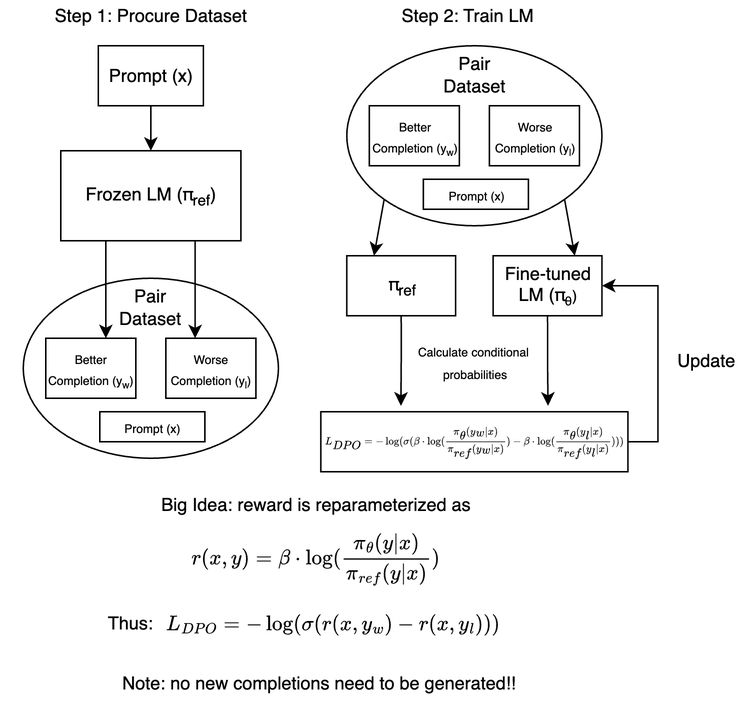
This is media/dpo_light.png from 25benjaminli/ml-explanations, a draw.io export, as it was before one commit. Source tidied: cells renumbered, new cells last; positions are measured from the earlier drawing's top-left corner, leaving out a move shared by most shapes. Source of this version:
```xml
<mxGraphModel math="1">
  <root>
    <mxCell id="0" />
    <mxCell id="1" parent="0" />
    <mxCell id="2" style="ellipse;whiteSpace=wrap;html=1;" parent="1" vertex="1">
      <mxGeometry x="15" y="185" width="170" height="120" as="geometry" />
    </mxCell>
    <mxCell id="3" style="edgeStyle=orthogonalEdgeStyle;rounded=0;jettySize=auto;html=1;exitX=1;exitY=0.5;exitDx=0;exitDy=0;entryX=1;entryY=0.5;entryDx=0;entryDy=0;" parent="1" edge="1" source="4" target="19">
      <mxGeometry relative="1" as="geometry" />
    </mxCell>
    <mxCell id="4" value="&lt;font style=&quot;font-size: 6px;&quot;&gt;$$L_{DPO}=-\log(\sigma(\beta \cdot \log(\frac{\pi_{\theta}(y_w | x)}{\pi_{ref}(y_w | x)}) - \beta \cdot \log(\frac{\pi_{\theta}(y_l | x)}{\pi_{ref}(y_l | x)})))$$&lt;/font&gt;" style="text;html=1;align=center;verticalAlign=middle;whiteSpace=wrap;rounded=0;labelBackgroundColor=default;strokeColor=default;" parent="1" vertex="1">
      <mxGeometry x="213.2" y="274" width="204.6" height="40" as="geometry" />
    </mxCell>
    <mxCell id="5" style="edgeStyle=orthogonalEdgeStyle;rounded=0;jettySize=auto;html=1;exitX=0.25;exitY=1;exitDx=0;exitDy=0;entryX=0.667;entryY=0;entryDx=0;entryDy=0;entryPerimeter=0;" parent="1" edge="1" source="7" target="10">
      <mxGeometry relative="1" as="geometry" />
    </mxCell>
    <mxCell id="6" style="edgeStyle=orthogonalEdgeStyle;rounded=0;jettySize=auto;html=1;exitX=0.75;exitY=1;exitDx=0;exitDy=0;entryX=0.325;entryY=0;entryDx=0;entryDy=0;entryPerimeter=0;" parent="1" edge="1" source="7" target="11">
      <mxGeometry relative="1" as="geometry">
        <Array as="points">
          <mxPoint x="130" y="225" />
        </Array>
      </mxGeometry>
    </mxCell>
    <mxCell id="7" value="Frozen LM (π&lt;sub&gt;ref&lt;/sub&gt;)" style="rounded=0;whiteSpace=wrap;html=1;" parent="1" vertex="1">
      <mxGeometry x="40" y="100" width="120" height="60" as="geometry" />
    </mxCell>
    <mxCell id="8" style="edgeStyle=orthogonalEdgeStyle;rounded=0;jettySize=auto;html=1;exitX=0.5;exitY=1;exitDx=0;exitDy=0;" parent="1" edge="1" source="9" target="7">
      <mxGeometry relative="1" as="geometry" />
    </mxCell>
    <mxCell id="9" value="Prompt (x)" style="rounded=0;whiteSpace=wrap;html=1;" parent="1" vertex="1">
      <mxGeometry x="65" y="30" width="70" height="40" as="geometry" />
    </mxCell>
    <mxCell id="10" value="&lt;font style=&quot;font-size: 8px;&quot;&gt;Better Completion (y&lt;sub&gt;w&lt;/sub&gt;)&lt;/font&gt;" style="rounded=0;whiteSpace=wrap;html=1;" parent="1" vertex="1">
      <mxGeometry x="30" y="225" width="60" height="40" as="geometry" />
    </mxCell>
    <mxCell id="11" value="&lt;font style=&quot;font-size: 8px;&quot;&gt;Worse Completion (y&lt;sub&gt;l&lt;/sub&gt;)&lt;/font&gt;" style="rounded=0;whiteSpace=wrap;html=1;" parent="1" vertex="1">
      <mxGeometry x="110" y="225" width="60" height="40" as="geometry" />
    </mxCell>
    <mxCell id="12" value="Step 1: Procure Dataset" style="text;html=1;align=center;verticalAlign=middle;whiteSpace=wrap;rounded=0;" parent="1" vertex="1">
      <mxGeometry width="200" height="20" as="geometry" />
    </mxCell>
    <mxCell id="13" value="Pair Dataset" style="text;html=1;align=center;verticalAlign=middle;whiteSpace=wrap;rounded=0;" parent="1" vertex="1">
      <mxGeometry x="67" y="189" width="65" height="30" as="geometry" />
    </mxCell>
    <mxCell id="14" value="&lt;font style=&quot;font-size: 8px;&quot;&gt;Prompt (x)&lt;/font&gt;" style="rounded=0;whiteSpace=wrap;html=1;verticalAlign=middle;" parent="1" vertex="1">
      <mxGeometry x="66" y="274" width="70" height="20" as="geometry" />
    </mxCell>
    <mxCell id="15" value="Step 2: Train LM" style="text;html=1;align=center;verticalAlign=middle;whiteSpace=wrap;rounded=0;" parent="1" vertex="1">
      <mxGeometry x="211.2" width="200" height="20" as="geometry" />
    </mxCell>
    <mxCell id="16" style="edgeStyle=orthogonalEdgeStyle;rounded=0;jettySize=auto;html=1;exitX=0.5;exitY=1;exitDx=0;exitDy=0;" parent="1" edge="1" source="17">
      <mxGeometry relative="1" as="geometry">
        <mxPoint x="266.6" y="270" as="targetPoint" />
      </mxGeometry>
    </mxCell>
    <mxCell id="17" value="π&lt;sub&gt;ref&lt;/sub&gt;" style="rounded=0;whiteSpace=wrap;html=1;" parent="1" vertex="1">
      <mxGeometry x="230.5" y="170" width="72.5" height="40" as="geometry" />
    </mxCell>
    <mxCell id="18" style="edgeStyle=orthogonalEdgeStyle;rounded=0;jettySize=auto;html=1;exitX=0.5;exitY=1;exitDx=0;exitDy=0;" parent="1" edge="1" source="19">
      <mxGeometry relative="1" as="geometry">
        <mxPoint x="364.6" y="270" as="targetPoint" />
      </mxGeometry>
    </mxCell>
    <mxCell id="19" value="Fine-tuned LM (π&lt;span style=&quot;font-size: 10px;&quot;&gt;&lt;sub&gt;θ&lt;/sub&gt;)&lt;/span&gt;" style="rounded=0;whiteSpace=wrap;html=1;" parent="1" vertex="1">
      <mxGeometry x="328" y="170" width="72.5" height="40" as="geometry" />
    </mxCell>
    <mxCell id="20" style="group;" parent="1" vertex="1">
      <mxGeometry x="230.5" y="30" width="170" height="120" as="geometry" />
    </mxCell>
    <mxCell id="21" style="ellipse;whiteSpace=wrap;html=1;" parent="20" vertex="1">
      <mxGeometry width="170" height="120" as="geometry" />
    </mxCell>
    <mxCell id="22" value="&lt;font style=&quot;font-size: 8px;&quot;&gt;Better Completion (y&lt;sub&gt;w&lt;/sub&gt;)&lt;/font&gt;" style="rounded=0;whiteSpace=wrap;html=1;" parent="20" vertex="1">
      <mxGeometry x="15" y="40" width="60" height="40" as="geometry" />
    </mxCell>
    <mxCell id="23" value="&lt;font style=&quot;font-size: 8px;&quot;&gt;Worse Completion (y&lt;sub&gt;l&lt;/sub&gt;)&lt;/font&gt;" style="rounded=0;whiteSpace=wrap;html=1;" parent="20" vertex="1">
      <mxGeometry x="95" y="40" width="60" height="40" as="geometry" />
    </mxCell>
    <mxCell id="24" value="Pair Dataset" style="text;html=1;align=center;verticalAlign=middle;whiteSpace=wrap;rounded=0;" parent="20" vertex="1">
      <mxGeometry x="52" y="4" width="65" height="30" as="geometry" />
    </mxCell>
    <mxCell id="25" value="&lt;font style=&quot;font-size: 8px;&quot;&gt;Prompt (x)&lt;/font&gt;" style="rounded=0;whiteSpace=wrap;html=1;verticalAlign=middle;" parent="20" vertex="1">
      <mxGeometry x="51" y="89" width="70" height="20" as="geometry" />
    </mxCell>
    <mxCell id="26" style="endArrow=classic;html=1;rounded=0;exitX=0;exitY=1;exitDx=0;exitDy=0;entryX=0.25;entryY=0;entryDx=0;entryDy=0;" parent="1" edge="1" source="21" target="17">
      <mxGeometry relative="1" as="geometry" />
    </mxCell>
    <mxCell id="27" style="endArrow=classic;html=1;rounded=0;exitX=1;exitY=1;exitDx=0;exitDy=0;entryX=0.75;entryY=0;entryDx=0;entryDy=0;" parent="1" edge="1" source="21" target="19">
      <mxGeometry relative="1" as="geometry" />
    </mxCell>
    <mxCell id="28" value="&lt;font style=&quot;font-size: 8px;&quot;&gt;Calculate conditional&amp;nbsp;&lt;/font&gt;&lt;div&gt;&lt;font style=&quot;font-size: 8px;&quot;&gt;probabilities&lt;/font&gt;&lt;/div&gt;" style="text;html=1;align=center;verticalAlign=middle;whiteSpace=wrap;rounded=0;" parent="1" vertex="1">
      <mxGeometry x="273.5" y="225" width="84" height="30" as="geometry" />
    </mxCell>
    <mxCell id="29" value="Update" style="text;html=1;align=center;verticalAlign=middle;whiteSpace=wrap;rounded=0;" parent="1" vertex="1">
      <mxGeometry x="440" y="225" width="60" height="30" as="geometry" />
    </mxCell>
    <mxCell id="30" value="Note: no new completions need to be generated!!" style="text;html=1;align=center;verticalAlign=middle;whiteSpace=wrap;rounded=0;" parent="1" vertex="1">
      <mxGeometry x="31.6" y="440" width="360" height="30" as="geometry" />
    </mxCell>
    <mxCell id="31" value="Big Idea: reward is reparameterized as $$r(x,y) = \beta \cdot \log(\frac{\pi_{\theta}(y | x)}{\pi_{ref}(y | x)})$$" style="text;html=1;align=center;verticalAlign=middle;whiteSpace=wrap;rounded=0;" parent="1" vertex="1">
      <mxGeometry x="30" y="350" width="360" height="30" as="geometry" />
    </mxCell>
    <mxCell id="32" value="$$L_{DPO} = -\log(\sigma(r(x,y_w) - r(x,y_l)))$$" style="text;whiteSpace=wrap;" parent="1" vertex="1">
      <mxGeometry x="107.9" y="390" width="290" height="40" as="geometry" />
    </mxCell>
    <mxCell id="33" value="Thus:&amp;nbsp;" style="text;html=1;align=center;verticalAlign=middle;whiteSpace=wrap;rounded=0;" parent="1" vertex="1">
      <mxGeometry x="61.9" y="400" width="51.6" height="30" as="geometry" />
    </mxCell>
  </root>
</mxGraphModel>
```
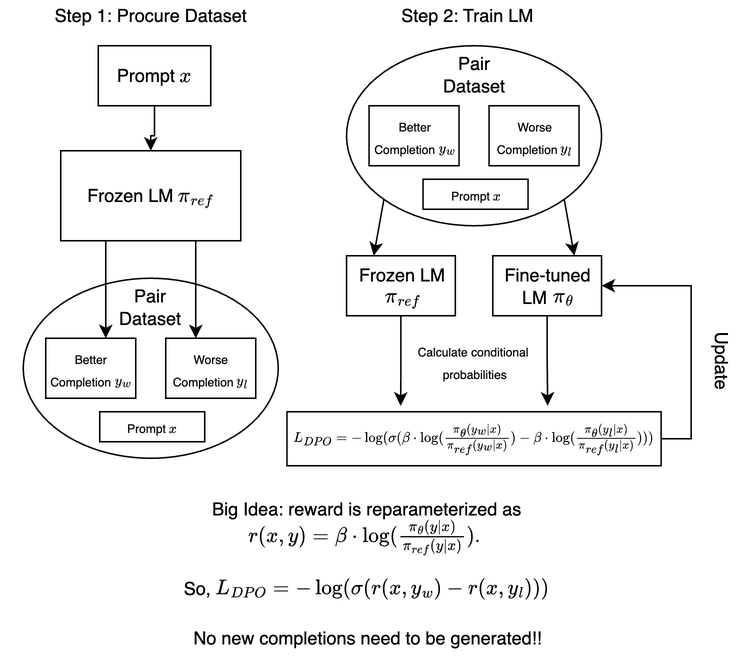
After the change.

The edit, as a diff of the source:
```diff
@@ -8,8 +8,8 @@
     <mxCell id="3" style="edgeStyle=orthogonalEdgeStyle;rounded=0;jettySize=auto;html=1;exitX=1;exitY=0.5;exitDx=0;exitDy=0;entryX=1;entryY=0.5;entryDx=0;entryDy=0;" parent="1" edge="1" source="4" target="19">
       <mxGeometry relative="1" as="geometry" />
     </mxCell>
-    <mxCell id="4" value="&lt;font style=&quot;font-size: 6px;&quot;&gt;$$L_{DPO}=-\log(\sigma(\beta \cdot \log(\frac{\pi_{\theta}(y_w | x)}{\pi_{ref}(y_w | x)}) - \beta \cdot \log(\frac{\pi_{\theta}(y_l | x)}{\pi_{ref}(y_l | x)})))$$&lt;/font&gt;" style="text;html=1;align=center;verticalAlign=middle;whiteSpace=wrap;rounded=0;labelBackgroundColor=default;strokeColor=default;" parent="1" vertex="1">
-      <mxGeometry x="213.2" y="274" width="204.6" height="40" as="geometry" />
+    <mxCell id="4" value="&lt;font style=&quot;font-size: 8px;&quot;&gt;\(L_{DPO}=-\log(\sigma(\beta \cdot \log(\frac{\pi_{\theta}(y_w | x)}{\pi_{ref}(y_w | x)}) - \beta \cdot \log(\frac{\pi_{\theta}(y_l | x)}{\pi_{ref}(y_l | x)})))\)&lt;/font&gt;" style="text;html=1;align=center;verticalAlign=middle;whiteSpace=wrap;rounded=0;labelBackgroundColor=default;strokeColor=default;" parent="1" vertex="1">
+      <mxGeometry x="190.8" y="274" width="249.5" height="36" as="geometry" />
     </mxCell>
     <mxCell id="5" style="edgeStyle=orthogonalEdgeStyle;rounded=0;jettySize=auto;html=1;exitX=0.25;exitY=1;exitDx=0;exitDy=0;entryX=0.667;entryY=0;entryDx=0;entryDy=0;entryPerimeter=0;" parent="1" edge="1" source="7" target="10">
       <mxGeometry relative="1" as="geometry" />
@@ -21,19 +21,19 @@
         </Array>
       </mxGeometry>
     </mxCell>
-    <mxCell id="7" value="Frozen LM (π&lt;sub&gt;ref&lt;/sub&gt;)" style="rounded=0;whiteSpace=wrap;html=1;" parent="1" vertex="1">
+    <mxCell id="7" value="Frozen LM \(\pi_{ref}\)" style="rounded=0;whiteSpace=wrap;html=1;" parent="1" vertex="1">
       <mxGeometry x="40" y="100" width="120" height="60" as="geometry" />
     </mxCell>
     <mxCell id="8" style="edgeStyle=orthogonalEdgeStyle;rounded=0;jettySize=auto;html=1;exitX=0.5;exitY=1;exitDx=0;exitDy=0;" parent="1" edge="1" source="9" target="7">
       <mxGeometry relative="1" as="geometry" />
     </mxCell>
-    <mxCell id="9" value="Prompt (x)" style="rounded=0;whiteSpace=wrap;html=1;" parent="1" vertex="1">
-      <mxGeometry x="65" y="30" width="70" height="40" as="geometry" />
+    <mxCell id="9" value="Prompt \(x\)" style="rounded=0;whiteSpace=wrap;html=1;" parent="1" vertex="1">
+      <mxGeometry x="65" y="30" width="75" height="40" as="geometry" />
     </mxCell>
-    <mxCell id="10" value="&lt;font style=&quot;font-size: 8px;&quot;&gt;Better Completion (y&lt;sub&gt;w&lt;/sub&gt;)&lt;/font&gt;" style="rounded=0;whiteSpace=wrap;html=1;" parent="1" vertex="1">
+    <mxCell id="10" value="&lt;font style=&quot;font-size: 8px;&quot;&gt;Better Completion \(y_w\)&lt;/font&gt;" style="rounded=0;whiteSpace=wrap;html=1;" parent="1" vertex="1">
       <mxGeometry x="30" y="225" width="60" height="40" as="geometry" />
     </mxCell>
-    <mxCell id="11" value="&lt;font style=&quot;font-size: 8px;&quot;&gt;Worse Completion (y&lt;sub&gt;l&lt;/sub&gt;)&lt;/font&gt;" style="rounded=0;whiteSpace=wrap;html=1;" parent="1" vertex="1">
+    <mxCell id="11" value="&lt;font style=&quot;font-size: 8px;&quot;&gt;Worse Completion \(y_l\)&lt;/font&gt;" style="rounded=0;whiteSpace=wrap;html=1;" parent="1" vertex="1">
       <mxGeometry x="110" y="225" width="60" height="40" as="geometry" />
     </mxCell>
     <mxCell id="12" value="Step 1: Procure Dataset" style="text;html=1;align=center;verticalAlign=middle;whiteSpace=wrap;rounded=0;" parent="1" vertex="1">
@@ -42,7 +42,7 @@
     <mxCell id="13" value="Pair Dataset" style="text;html=1;align=center;verticalAlign=middle;whiteSpace=wrap;rounded=0;" parent="1" vertex="1">
       <mxGeometry x="67" y="189" width="65" height="30" as="geometry" />
     </mxCell>
-    <mxCell id="14" value="&lt;font style=&quot;font-size: 8px;&quot;&gt;Prompt (x)&lt;/font&gt;" style="rounded=0;whiteSpace=wrap;html=1;verticalAlign=middle;" parent="1" vertex="1">
+    <mxCell id="14" value="&lt;font style=&quot;font-size: 8px;&quot;&gt;Prompt \(x\)&lt;/font&gt;" style="rounded=0;whiteSpace=wrap;html=1;verticalAlign=middle;" parent="1" vertex="1">
       <mxGeometry x="66" y="274" width="70" height="20" as="geometry" />
     </mxCell>
     <mxCell id="15" value="Step 2: Train LM" style="text;html=1;align=center;verticalAlign=middle;whiteSpace=wrap;rounded=0;" parent="1" vertex="1">
@@ -53,7 +53,7 @@
         <mxPoint x="266.6" y="270" as="targetPoint" />
       </mxGeometry>
     </mxCell>
-    <mxCell id="17" value="π&lt;sub&gt;ref&lt;/sub&gt;" style="rounded=0;whiteSpace=wrap;html=1;" parent="1" vertex="1">
+    <mxCell id="17" value="Frozen LM \(\pi_{ref}\)" style="rounded=0;whiteSpace=wrap;html=1;" parent="1" vertex="1">
       <mxGeometry x="230.5" y="170" width="72.5" height="40" as="geometry" />
     </mxCell>
     <mxCell id="18" style="edgeStyle=orthogonalEdgeStyle;rounded=0;jettySize=auto;html=1;exitX=0.5;exitY=1;exitDx=0;exitDy=0;" parent="1" edge="1" source="19">
@@ -61,7 +61,7 @@
         <mxPoint x="364.6" y="270" as="targetPoint" />
       </mxGeometry>
     </mxCell>
-    <mxCell id="19" value="Fine-tuned LM (π&lt;span style=&quot;font-size: 10px;&quot;&gt;&lt;sub&gt;θ&lt;/sub&gt;)&lt;/span&gt;" style="rounded=0;whiteSpace=wrap;html=1;" parent="1" vertex="1">
+    <mxCell id="19" value="Fine-tuned LM \(\pi_{\theta}\)" style="rounded=0;whiteSpace=wrap;html=1;" parent="1" vertex="1">
       <mxGeometry x="328" y="170" width="72.5" height="40" as="geometry" />
     </mxCell>
     <mxCell id="20" style="group;" parent="1" vertex="1">
@@ -70,16 +70,16 @@
     <mxCell id="21" style="ellipse;whiteSpace=wrap;html=1;" parent="20" vertex="1">
       <mxGeometry width="170" height="120" as="geometry" />
     </mxCell>
-    <mxCell id="22" value="&lt;font style=&quot;font-size: 8px;&quot;&gt;Better Completion (y&lt;sub&gt;w&lt;/sub&gt;)&lt;/font&gt;" style="rounded=0;whiteSpace=wrap;html=1;" parent="20" vertex="1">
+    <mxCell id="22" value="&lt;span style=&quot;font-size: 8px;&quot;&gt;Better Completion \(y_w\)&lt;/span&gt;" style="rounded=0;whiteSpace=wrap;html=1;" parent="20" vertex="1">
       <mxGeometry x="15" y="40" width="60" height="40" as="geometry" />
     </mxCell>
-    <mxCell id="23" value="&lt;font style=&quot;font-size: 8px;&quot;&gt;Worse Completion (y&lt;sub&gt;l&lt;/sub&gt;)&lt;/font&gt;" style="rounded=0;whiteSpace=wrap;html=1;" parent="20" vertex="1">
+    <mxCell id="23" value="&lt;span style=&quot;font-size: 8px;&quot;&gt;Worse Completion \(y_l\)&lt;/span&gt;" style="rounded=0;whiteSpace=wrap;html=1;" parent="20" vertex="1">
       <mxGeometry x="95" y="40" width="60" height="40" as="geometry" />
     </mxCell>
     <mxCell id="24" value="Pair Dataset" style="text;html=1;align=center;verticalAlign=middle;whiteSpace=wrap;rounded=0;" parent="20" vertex="1">
       <mxGeometry x="52" y="4" width="65" height="30" as="geometry" />
     </mxCell>
-    <mxCell id="25" value="&lt;font style=&quot;font-size: 8px;&quot;&gt;Prompt (x)&lt;/font&gt;" style="rounded=0;whiteSpace=wrap;html=1;verticalAlign=middle;" parent="20" vertex="1">
+    <mxCell id="25" value="&lt;span style=&quot;font-size: 8px;&quot;&gt;Prompt \(x\)&lt;/span&gt;" style="rounded=0;whiteSpace=wrap;html=1;verticalAlign=middle;" parent="20" vertex="1">
       <mxGeometry x="51" y="89" width="70" height="20" as="geometry" />
     </mxCell>
     <mxCell id="26" style="endArrow=classic;html=1;rounded=0;exitX=0;exitY=1;exitDx=0;exitDy=0;entryX=0.25;entryY=0;entryDx=0;entryDy=0;" parent="1" edge="1" source="21" target="17">
@@ -91,20 +91,14 @@
     <mxCell id="28" value="&lt;font style=&quot;font-size: 8px;&quot;&gt;Calculate conditional&amp;nbsp;&lt;/font&gt;&lt;div&gt;&lt;font style=&quot;font-size: 8px;&quot;&gt;probabilities&lt;/font&gt;&lt;/div&gt;" style="text;html=1;align=center;verticalAlign=middle;whiteSpace=wrap;rounded=0;" parent="1" vertex="1">
       <mxGeometry x="273.5" y="225" width="84" height="30" as="geometry" />
     </mxCell>
-    <mxCell id="29" value="Update" style="text;html=1;align=center;verticalAlign=middle;whiteSpace=wrap;rounded=0;" parent="1" vertex="1">
-      <mxGeometry x="440" y="225" width="60" height="30" as="geometry" />
+    <mxCell id="29" value="Update" style="text;html=1;align=center;verticalAlign=middle;whiteSpace=wrap;rounded=0;rotation=90;" parent="1" vertex="1">
+      <mxGeometry x="450" y="225" width="60" height="30" as="geometry" />
     </mxCell>
-    <mxCell id="30" value="Note: no new completions need to be generated!!" style="text;html=1;align=center;verticalAlign=middle;whiteSpace=wrap;rounded=0;" parent="1" vertex="1">
-      <mxGeometry x="31.6" y="440" width="360" height="30" as="geometry" />
+    <mxCell id="30" value="No new completions need to be generated!!" style="text;html=1;align=center;verticalAlign=middle;whiteSpace=wrap;rounded=0;" parent="1" vertex="1">
+      <mxGeometry x="110" y="410" width="268.8" height="30" as="geometry" />
     </mxCell>
-    <mxCell id="31" value="Big Idea: reward is reparameterized as $$r(x,y) = \beta \cdot \log(\frac{\pi_{\theta}(y | x)}{\pi_{ref}(y | x)})$$" style="text;html=1;align=center;verticalAlign=middle;whiteSpace=wrap;rounded=0;" parent="1" vertex="1">
-      <mxGeometry x="30" y="350" width="360" height="30" as="geometry" />
+    <mxCell id="31" value="Big Idea: reward is reparameterized as \(r(x,y) = \beta \cdot \log(\frac{\pi_{\theta}(y | x)}{\pi_{ref}(y | x)})\).&amp;nbsp;&lt;div&gt;&lt;br&gt;&lt;div&gt;So,&amp;nbsp;&lt;span style=&quot;text-align: left;&quot;&gt;\(L_{DPO} = -\log(\sigma(r(x,y_w) - r(x,y_l)))\)&lt;/span&gt;&lt;/div&gt;&lt;/div&gt;" style="text;html=1;align=center;verticalAlign=middle;whiteSpace=wrap;rounded=0;" parent="1" vertex="1">
+      <mxGeometry x="114.4" y="345" width="260" height="40" as="geometry" />
     </mxCell>
-    <mxCell id="32" value="$$L_{DPO} = -\log(\sigma(r(x,y_w) - r(x,y_l)))$$" style="text;whiteSpace=wrap;" parent="1" vertex="1">
-      <mxGeometry x="107.9" y="390" width="290" height="40" as="geometry" />
-    </mxCell>
-    <mxCell id="33" value="Thus:&amp;nbsp;" style="text;html=1;align=center;verticalAlign=middle;whiteSpace=wrap;rounded=0;" parent="1" vertex="1">
-      <mxGeometry x="61.9" y="400" width="51.6" height="30" as="geometry" />
-    </mxCell>
   </root>
 </mxGraphModel>
```
